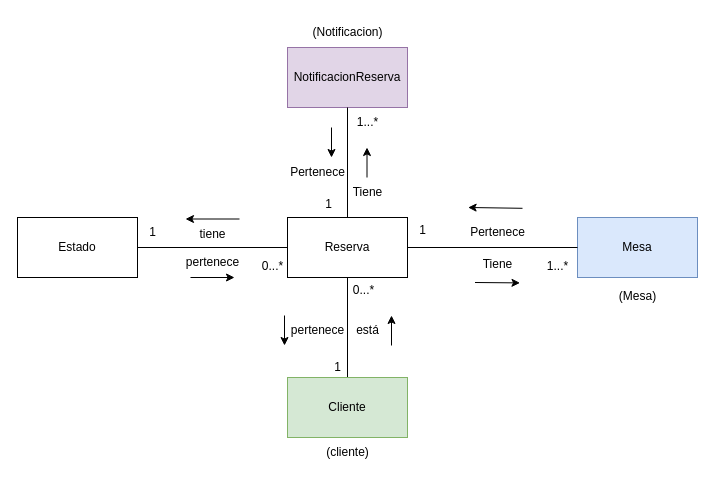
andrescardo98/doo keeps this draw.io diagram as page "Reservas" (4 of 12) of Restaurante_Disenio.drawio. Above is the earlier version. Source tidied: cells renumbered, new cells numbered last; positions are measured from the earlier drawing's top-left corner, leaving out a move shared by most shapes. Both pictures are drawn from the tidied source at 100%, with x=0, y=0 at pixel (17, 17).
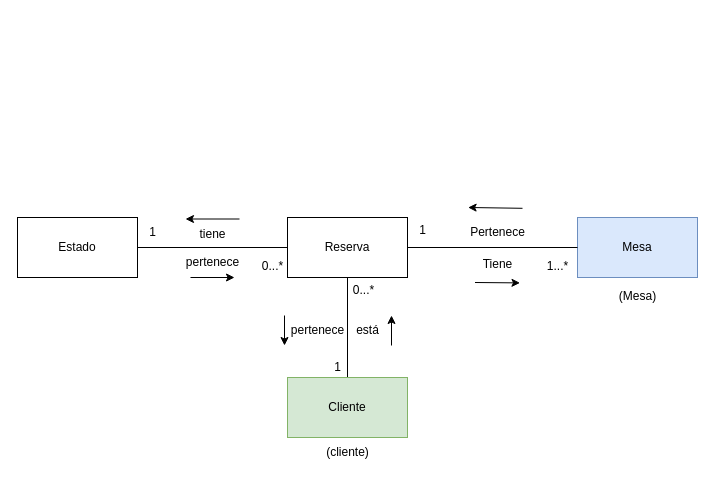
Above is the later version.

The change refers to these unchanged cells:
```xml
<mxCell id="4" value="Reserva" style="rounded=0;whiteSpace=wrap;html=1;" parent="1" vertex="1">
  <mxGeometry x="270" y="200" width="120" height="60" as="geometry" />
</mxCell>
```

Change to the diagram source:
```diff
@@
-    <mxCell id="5" value="NotificacionReserva" style="rounded=0;whiteSpace=wrap;html=1;fillColor=#e1d5e7;strokeColor=#9673a6;" parent="1" vertex="1">
-      <mxGeometry x="270" y="30" width="120" height="60" as="geometry" />
-    </mxCell>
-    <mxCell id="6" style="endArrow=none;html=1;rounded=0;entryX=0.5;entryY=1;entryDx=0;entryDy=0;exitX=0.5;exitY=0;exitDx=0;exitDy=0;" parent="1" edge="1" source="4" target="5">
-      <mxGeometry relative="1" as="geometry" />
-    </mxCell>
-    <mxCell id="7" value="Tiene" style="text;html=1;align=center;verticalAlign=middle;strokeColor=none;fillColor=none;" parent="1" vertex="1">
-      <mxGeometry x="325" y="160" width="50" height="30" as="geometry" />
-    </mxCell>
-    <mxCell id="8" style="endArrow=classic;html=1;rounded=0;" parent="1" edge="1">
-      <mxGeometry relative="1" as="geometry">
-        <mxPoint x="349.5" y="160" as="sourcePoint" />
-        <mxPoint x="349.5" y="130" as="targetPoint" />
-      </mxGeometry>
-    </mxCell>
-    <mxCell id="9" value="1...*" style="text;html=1;align=center;verticalAlign=middle;strokeColor=none;fillColor=none;" parent="1" vertex="1">
-      <mxGeometry x="330" y="90" width="40" height="30" as="geometry" />
-    </mxCell>
-    <mxCell id="10" value="Pertenece" style="text;html=1;align=center;verticalAlign=middle;strokeColor=none;fillColor=none;" parent="1" vertex="1">
-      <mxGeometry x="260" y="140" width="80" height="30" as="geometry" />
-    </mxCell>
-    <mxCell id="11" style="endArrow=classic;html=1;rounded=0;" parent="1" edge="1">
-      <mxGeometry relative="1" as="geometry">
-        <mxPoint x="314" y="110" as="sourcePoint" />
-        <mxPoint x="314" y="140" as="targetPoint" />
-      </mxGeometry>
-    </mxCell>
-    <mxCell id="12" value="1" style="text;html=1;align=center;verticalAlign=middle;strokeColor=none;fillColor=none;" parent="1" vertex="1">
-      <mxGeometry x="296" y="171.5" width="30" height="30" as="geometry" />
-    </mxCell>
@@
-    <mxCell id="30" value="(Notificacion)" style="text;html=1;align=center;verticalAlign=middle;strokeColor=none;fillColor=none;" parent="1" vertex="1">
-      <mxGeometry x="285" width="90" height="30" as="geometry" />
-    </mxCell>
```
